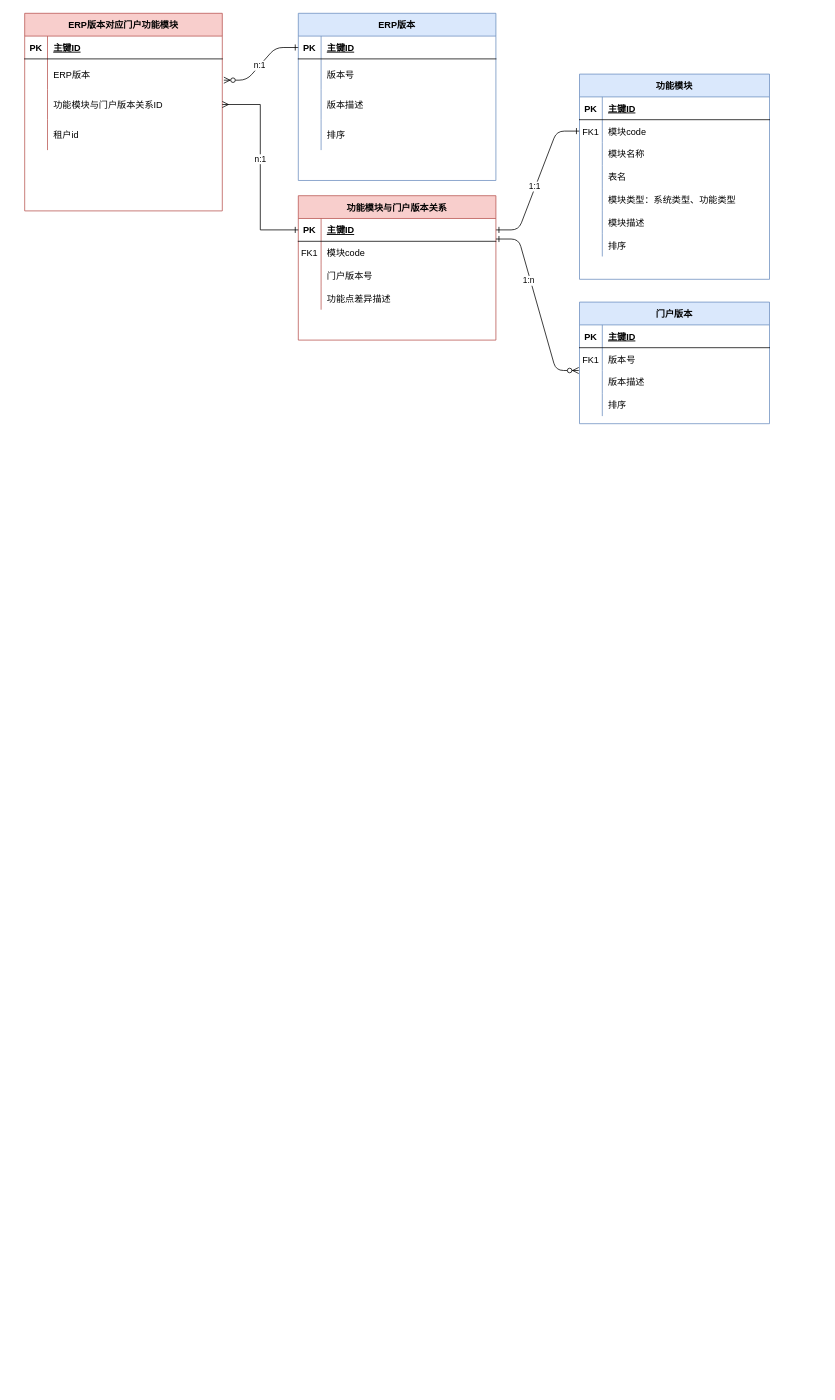
wwb382899012/sso keeps this draw.io diagram as Untitled Diagram.drawio. Above is the earlier version. Source tidied: cells renumbered, new cells numbered last; positions are measured from the earlier drawing's top-left corner, leaving out a move shared by most shapes. Both pictures are drawn from the tidied source at 76%, with x=0, y=0 at pixel (24, 13).
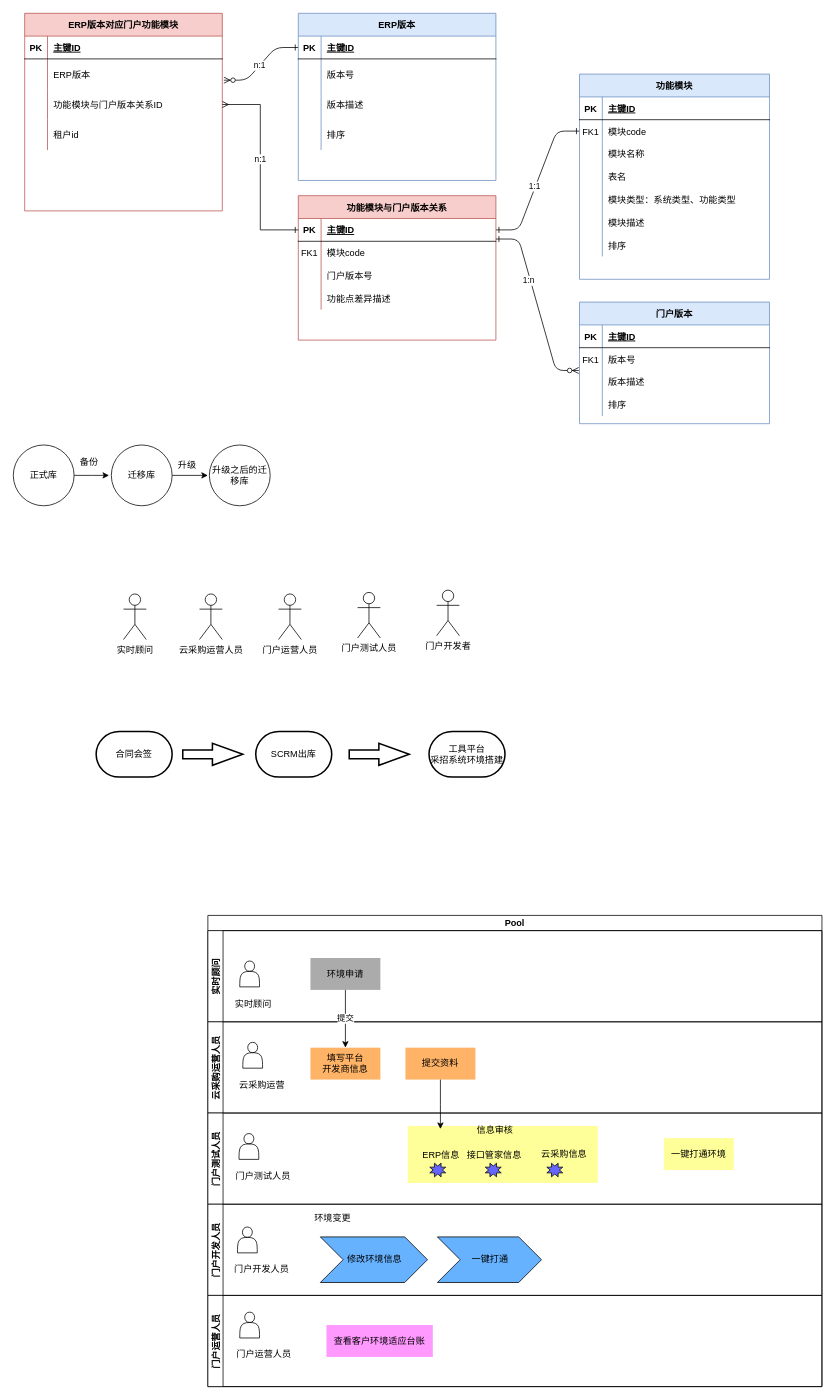
The same page after the edit.

Change to the diagram source:
```diff
@@
+    <mxCell id="84" style="edgeStyle=orthogonalEdgeStyle;rounded=0;jettySize=auto;html=1;exitX=1;exitY=0.5;exitDx=0;exitDy=0;" parent="1" edge="1" source="85">
+      <mxGeometry relative="1" as="geometry">
+        <mxPoint x="111" y="608" as="targetPoint" />
+      </mxGeometry>
+    </mxCell>
+    <mxCell id="85" value="正式库" style="ellipse;whiteSpace=wrap;html=1;" parent="1" vertex="1">
+      <mxGeometry x="-15" y="568" width="80" height="80" as="geometry" />
+    </mxCell>
+    <mxCell id="86" style="edgeStyle=orthogonalEdgeStyle;rounded=0;jettySize=auto;html=1;exitX=1;exitY=0.5;exitDx=0;exitDy=0;" parent="1" edge="1" source="87">
+      <mxGeometry relative="1" as="geometry">
+        <mxPoint x="241" y="608" as="targetPoint" />
+      </mxGeometry>
+    </mxCell>
+    <mxCell id="87" value="迁移库" style="ellipse;whiteSpace=wrap;html=1;" parent="1" vertex="1">
+      <mxGeometry x="114" y="568" width="80" height="80" as="geometry" />
+    </mxCell>
+    <mxCell id="88" value="升级之后的迁移库" style="ellipse;whiteSpace=wrap;html=1;" parent="1" vertex="1">
+      <mxGeometry x="243" y="568" width="80" height="80" as="geometry" />
+    </mxCell>
+    <mxCell id="89" value="备份" style="text;html=1;strokeColor=none;fillColor=none;align=center;verticalAlign=middle;whiteSpace=wrap;rounded=0;" parent="1" vertex="1">
+      <mxGeometry x="65" y="581" width="40" height="20" as="geometry" />
+    </mxCell>
+    <mxCell id="90" value="升级" style="text;html=1;strokeColor=none;fillColor=none;align=center;verticalAlign=middle;whiteSpace=wrap;rounded=0;" parent="1" vertex="1">
+      <mxGeometry x="194" y="585" width="40" height="20" as="geometry" />
+    </mxCell>
+    <mxCell id="91" value="实时顾问" style="shape=umlActor;verticalLabelPosition=bottom;verticalAlign=top;html=1;" parent="1" vertex="1">
+      <mxGeometry x="130" y="764" width="30" height="60" as="geometry" />
+    </mxCell>
+    <mxCell id="92" value="云采购运营人员" style="shape=umlActor;verticalLabelPosition=bottom;verticalAlign=top;html=1;" parent="1" vertex="1">
+      <mxGeometry x="230" y="764" width="30" height="60" as="geometry" />
+    </mxCell>
+    <mxCell id="93" value="门户运营人员" style="shape=umlActor;verticalLabelPosition=bottom;verticalAlign=top;html=1;" parent="1" vertex="1">
+      <mxGeometry x="334" y="764" width="30" height="60" as="geometry" />
+    </mxCell>
+    <mxCell id="94" value="门户测试人员" style="shape=umlActor;verticalLabelPosition=bottom;verticalAlign=top;html=1;" parent="1" vertex="1">
+      <mxGeometry x="438" y="762" width="30" height="60" as="geometry" />
+    </mxCell>
+    <mxCell id="95" value="门户开发者" style="shape=umlActor;verticalLabelPosition=bottom;verticalAlign=top;html=1;" parent="1" vertex="1">
+      <mxGeometry x="542" y="759" width="30" height="60" as="geometry" />
+    </mxCell>
+    <mxCell id="96" value="合同会签" style="strokeWidth=2;html=1;shape=mxgraph.flowchart.terminator;whiteSpace=wrap;" parent="1" vertex="1">
+      <mxGeometry x="94" y="945" width="100" height="60" as="geometry" />
+    </mxCell>
+    <mxCell id="97" style="verticalLabelPosition=bottom;verticalAlign=top;html=1;strokeWidth=2;shape=mxgraph.arrows2.arrow;dy=0.6;dx=40;notch=0;" parent="1" vertex="1">
+      <mxGeometry x="208" y="960.5" width="79" height="29" as="geometry" />
+    </mxCell>
+    <mxCell id="98" value="SCRM出库" style="strokeWidth=2;html=1;shape=mxgraph.flowchart.terminator;whiteSpace=wrap;" parent="1" vertex="1">
+      <mxGeometry x="304" y="945" width="100" height="60" as="geometry" />
+    </mxCell>
+    <mxCell id="99" style="verticalLabelPosition=bottom;verticalAlign=top;html=1;strokeWidth=2;shape=mxgraph.arrows2.arrow;dy=0.6;dx=40;notch=0;" parent="1" vertex="1">
+      <mxGeometry x="427" y="960.5" width="79" height="29" as="geometry" />
+    </mxCell>
+    <mxCell id="100" value="工具平台&lt;br&gt;采招系统环境搭建" style="strokeWidth=2;html=1;shape=mxgraph.flowchart.terminator;whiteSpace=wrap;" parent="1" vertex="1">
+      <mxGeometry x="532" y="945" width="100" height="60" as="geometry" />
+    </mxCell>
+    <mxCell id="101" value="Pool" style="swimlane;horizontal=1;startSize=20;" parent="1" vertex="1">
+      <mxGeometry x="241" y="1187" width="808" height="620" as="geometry" />
+    </mxCell>
+    <mxCell id="102" value="实时顾问" style="swimlane;startSize=20;horizontal=0;" parent="101" vertex="1">
+      <mxGeometry y="20" width="808" height="120" as="geometry" />
+    </mxCell>
+    <mxCell id="103" style="shape=actor;whiteSpace=wrap;html=1;" parent="102" vertex="1">
+      <mxGeometry x="42" y="40" width="26" height="34" as="geometry" />
+    </mxCell>
+    <mxCell id="104" value="实时顾问" style="text;html=1;strokeColor=none;fillColor=none;align=center;verticalAlign=middle;whiteSpace=wrap;rounded=0;" parent="102" vertex="1">
+      <mxGeometry x="34" y="86" width="52" height="22" as="geometry" />
+    </mxCell>
+    <mxCell id="105" value="环境申请" style="rounded=0;whiteSpace=wrap;html=1;fillColor=#ABABAB;strokeColor=none;" parent="102" vertex="1">
+      <mxGeometry x="135" y="36" width="92" height="42" as="geometry" />
+    </mxCell>
+    <mxCell id="106" value="云采购运营人员" style="swimlane;startSize=20;horizontal=0;" parent="101" vertex="1">
+      <mxGeometry y="140" width="808" height="120" as="geometry" />
+    </mxCell>
+    <mxCell id="107" style="shape=actor;whiteSpace=wrap;html=1;" parent="106" vertex="1">
+      <mxGeometry x="46" y="27" width="26" height="34" as="geometry" />
+    </mxCell>
+    <mxCell id="108" value="云采购运营" style="text;html=1;strokeColor=none;fillColor=none;align=center;verticalAlign=middle;whiteSpace=wrap;rounded=0;" parent="106" vertex="1">
+      <mxGeometry x="38" y="73" width="67" height="20" as="geometry" />
+    </mxCell>
+    <mxCell id="109" value="填写平台&lt;br&gt;开发商信息" style="rounded=0;whiteSpace=wrap;html=1;fillColor=#FFB366;strokeColor=none;" parent="106" vertex="1">
+      <mxGeometry x="135" y="34" width="92" height="42" as="geometry" />
+    </mxCell>
+    <mxCell id="110" value="提交资料" style="rounded=0;whiteSpace=wrap;html=1;fillColor=#FFB366;strokeColor=none;" parent="106" vertex="1">
+      <mxGeometry x="260" y="34" width="92" height="42" as="geometry" />
+    </mxCell>
+    <mxCell id="111" value="门户测试人员" style="swimlane;startSize=20;horizontal=0;" parent="101" vertex="1">
+      <mxGeometry y="260" width="808" height="120" as="geometry" />
+    </mxCell>
+    <mxCell id="112" style="rounded=0;whiteSpace=wrap;html=1;fillColor=#FFFF99;strokeColor=none;" parent="111" vertex="1">
+      <mxGeometry x="263" y="17" width="250" height="75" as="geometry" />
+    </mxCell>
+    <mxCell id="113" style="verticalLabelPosition=bottom;verticalAlign=top;html=1;shape=mxgraph.basic.8_point_star;fillColor=#6666FF;" parent="111" vertex="1">
+      <mxGeometry x="292" y="66" width="21" height="18" as="geometry" />
+    </mxCell>
+    <mxCell id="114" style="verticalLabelPosition=bottom;verticalAlign=top;html=1;shape=mxgraph.basic.8_point_star;fillColor=#6666FF;" parent="111" vertex="1">
+      <mxGeometry x="446" y="66" width="21" height="18" as="geometry" />
+    </mxCell>
+    <mxCell id="115" value="云采购信息" style="text;html=1;strokeColor=none;fillColor=none;align=center;verticalAlign=middle;whiteSpace=wrap;rounded=0;" parent="111" vertex="1">
+      <mxGeometry x="437" y="45" width="64" height="20" as="geometry" />
+    </mxCell>
+    <mxCell id="116" value="信息审核" style="text;html=1;strokeColor=none;fillColor=none;align=center;verticalAlign=middle;whiteSpace=wrap;rounded=0;" parent="111" vertex="1">
+      <mxGeometry x="351" y="13" width="54" height="20" as="geometry" />
+    </mxCell>
+    <mxCell id="117" value="一键打通环境" style="rounded=0;whiteSpace=wrap;html=1;fillColor=#FFFF99;strokeColor=none;" parent="111" vertex="1">
+      <mxGeometry x="600" y="33" width="92" height="42" as="geometry" />
+    </mxCell>
+    <mxCell id="118" style="verticalLabelPosition=bottom;verticalAlign=top;html=1;shape=mxgraph.basic.8_point_star;fillColor=#6666FF;" parent="111" vertex="1">
+      <mxGeometry x="365" y="66" width="21" height="18" as="geometry" />
+    </mxCell>
+    <mxCell id="119" value="ERP信息" style="text;html=1;strokeColor=none;fillColor=none;align=center;verticalAlign=middle;whiteSpace=wrap;rounded=0;" parent="111" vertex="1">
+      <mxGeometry x="280" y="46" width="54" height="20" as="geometry" />
+    </mxCell>
+    <mxCell id="120" value="门户开发人员" style="swimlane;startSize=20;horizontal=0;" parent="101" vertex="1">
+      <mxGeometry y="380" width="808" height="120" as="geometry" />
+    </mxCell>
+    <mxCell id="121" value="修改环境信息" style="html=1;shadow=0;dashed=0;align=center;verticalAlign=middle;shape=mxgraph.arrows2.arrow;dy=0;dx=30;notch=30;fillColor=#66B2FF;" parent="120" vertex="1">
+      <mxGeometry x="148" y="43" width="141" height="60" as="geometry" />
+    </mxCell>
+    <mxCell id="122" value="一键打通" style="html=1;shadow=0;dashed=0;align=center;verticalAlign=middle;shape=mxgraph.arrows2.arrow;dy=0;dx=30;notch=30;fillColor=#66B2FF;" parent="120" vertex="1">
+      <mxGeometry x="302" y="43" width="137" height="60" as="geometry" />
+    </mxCell>
+    <mxCell id="123" value="环境变更" style="text;html=1;strokeColor=none;fillColor=none;align=center;verticalAlign=middle;whiteSpace=wrap;rounded=0;" parent="120" vertex="1">
+      <mxGeometry x="138" y="8" width="53" height="20" as="geometry" />
+    </mxCell>
+    <mxCell id="124" style="shape=actor;whiteSpace=wrap;html=1;" parent="120" vertex="1">
+      <mxGeometry x="39" y="30" width="26" height="34" as="geometry" />
+    </mxCell>
+    <mxCell id="125" value="门户开发人员" style="text;html=1;strokeColor=none;fillColor=none;align=center;verticalAlign=middle;whiteSpace=wrap;rounded=0;" parent="120" vertex="1">
+      <mxGeometry x="31" y="76" width="80" height="20" as="geometry" />
+    </mxCell>
+    <mxCell id="126" value="门户运营人员" style="swimlane;startSize=20;horizontal=0;" parent="101" vertex="1">
+      <mxGeometry y="500" width="808" height="120" as="geometry" />
+    </mxCell>
+    <mxCell id="127" style="shape=actor;whiteSpace=wrap;html=1;" parent="126" vertex="1">
+      <mxGeometry x="42" y="22" width="26" height="34" as="geometry" />
+    </mxCell>
+    <mxCell id="128" value="门户运营人员" style="text;html=1;strokeColor=none;fillColor=none;align=center;verticalAlign=middle;whiteSpace=wrap;rounded=0;" parent="126" vertex="1">
+      <mxGeometry x="34" y="68" width="80" height="20" as="geometry" />
+    </mxCell>
+    <mxCell id="129" value="查看客户环境适应台账" style="rounded=0;whiteSpace=wrap;html=1;strokeColor=none;fillColor=#FF99FF;" parent="126" vertex="1">
+      <mxGeometry x="156" y="39" width="140" height="42" as="geometry" />
+    </mxCell>
+    <mxCell id="130" value="提交" style="edgeStyle=orthogonalEdgeStyle;rounded=0;jettySize=auto;html=1;exitX=0.5;exitY=1;exitDx=0;exitDy=0;entryX=0.5;entryY=0;entryDx=0;entryDy=0;" parent="101" edge="1" source="105" target="109">
+      <mxGeometry relative="1" as="geometry" />
+    </mxCell>
+    <mxCell id="131" value="接口管家信息" style="text;html=1;strokeColor=none;fillColor=none;align=center;verticalAlign=middle;whiteSpace=wrap;rounded=0;" parent="1" vertex="1">
+      <mxGeometry x="580" y="1493" width="76" height="20" as="geometry" />
+    </mxCell>
+    <mxCell id="132" style="edgeStyle=orthogonalEdgeStyle;rounded=0;jettySize=auto;html=1;exitX=0.5;exitY=1;exitDx=0;exitDy=0;" parent="1" edge="1" source="110">
+      <mxGeometry relative="1" as="geometry">
+        <mxPoint x="547" y="1468" as="targetPoint" />
+      </mxGeometry>
+    </mxCell>
+    <mxCell id="133" style="shape=actor;whiteSpace=wrap;html=1;" parent="1" vertex="1">
+      <mxGeometry x="282" y="1474" width="26" height="34" as="geometry" />
+    </mxCell>
+    <mxCell id="134" value="门户测试人员" style="text;html=1;strokeColor=none;fillColor=none;align=center;verticalAlign=middle;whiteSpace=wrap;rounded=0;" parent="1" vertex="1">
+      <mxGeometry x="274" y="1520" width="80" height="20" as="geometry" />
+    </mxCell>
```
